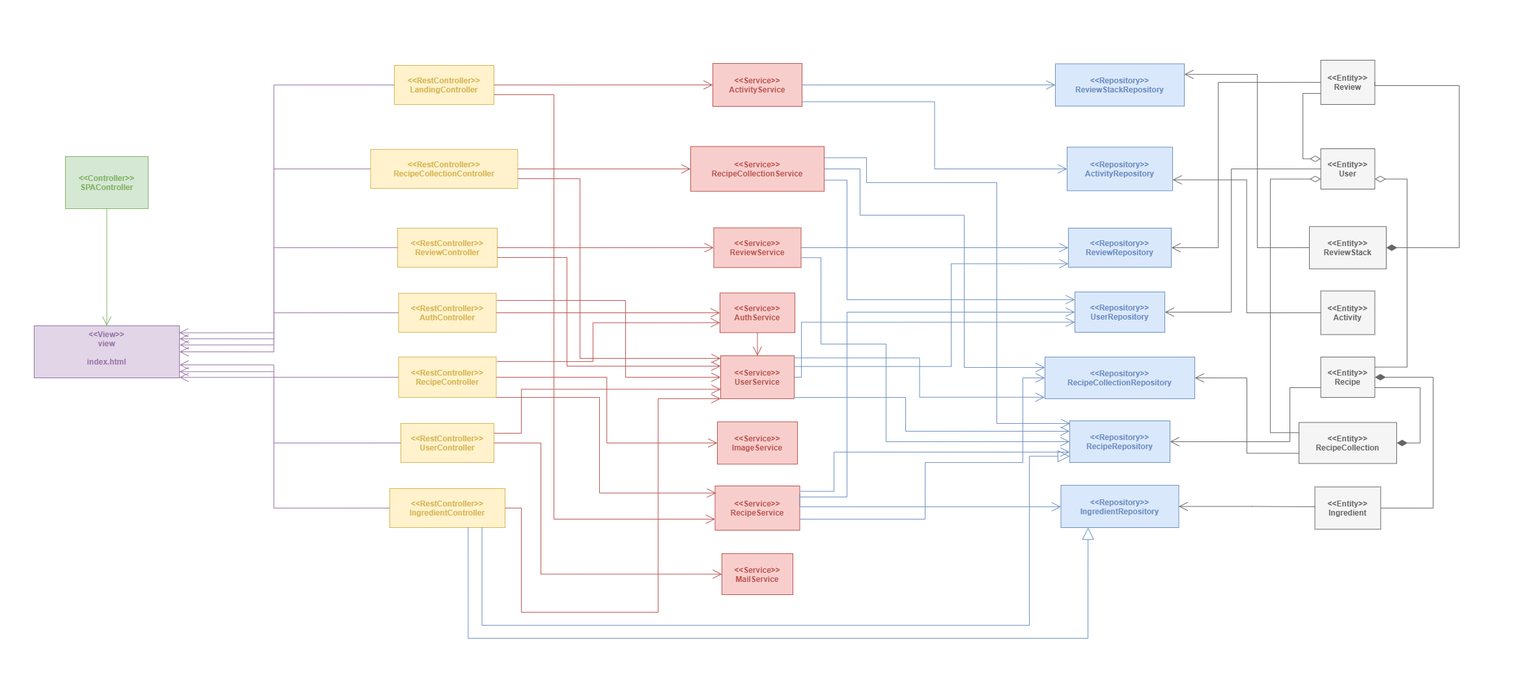
codeurjc-students/2025-Rarecips keeps this draw.io diagram as readme-resources/server_architecture.png. Above is the earlier version. Source tidied: cells renumbered, new cells last; positions are measured from the earlier drawing's top-left corner, leaving out a move shared by most shapes.
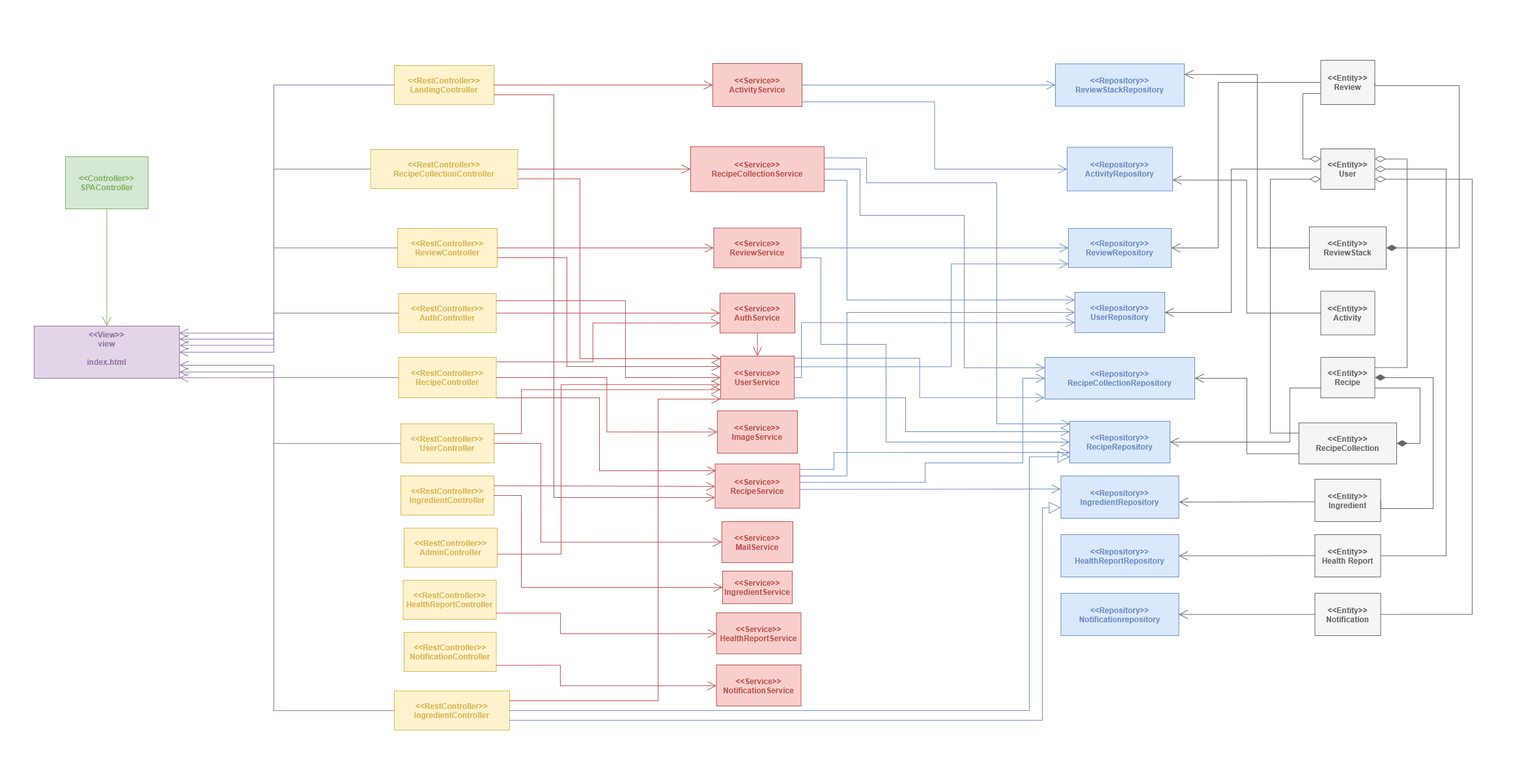
The same file after the commit.

Diff of the diagram source:
```diff
@@ -5,3 +5,3 @@
     <mxCell id="2" style="whiteSpace=wrap;strokeWidth=2;strokeColor=none;" parent="1" vertex="1">
-      <mxGeometry width="2360" height="1040" as="geometry" />
+      <mxGeometry width="2360" height="1170" as="geometry" />
     </mxCell>
@@ -29,3 +29,3 @@
     <mxCell id="10" value="&lt;&lt;RestController&gt;&gt;&#10;IngredientController" style="fontStyle=1;align=center;verticalAlign=middle;horizontal=1;startSize=50;swimlaneLine=0;spacing=0;fontSize=12;fillColor=#fff2cc;strokeColor=#d6b656;fontColor=#D6B656;" parent="1" vertex="1">
-      <mxGeometry x="598" y="750" width="177" height="60" as="geometry" />
+      <mxGeometry x="605" y="1060" width="177" height="60" as="geometry" />
     </mxCell>
@@ -41,3 +41,3 @@
     <mxCell id="14" value="&lt;&lt;Service&gt;&gt;&#10;RecipeService" style="fontStyle=1;align=center;verticalAlign=middle;horizontal=1;startSize=60;swimlaneLine=0;spacing=0;fontSize=12;fillColor=#f8cecc;strokeColor=#b85450;fontColor=#B85450;" parent="1" vertex="1">
-      <mxGeometry x="1097.5" y="746" width="130" height="68" as="geometry" />
+      <mxGeometry x="1097.5" y="711.5" width="130" height="68" as="geometry" />
     </mxCell>
@@ -50,6 +50,6 @@
     <mxCell id="17" value="&lt;&lt;Service&gt;&gt;&#10;MailService" style="fontStyle=1;align=center;verticalAlign=middle;horizontal=1;startSize=60;swimlaneLine=0;spacing=0;fontSize=12;fillColor=#f8cecc;strokeColor=#b85450;fontColor=#B85450;" parent="1" vertex="1">
-      <mxGeometry x="1108" y="850" width="109" height="63" as="geometry" />
+      <mxGeometry x="1108" y="800" width="109" height="63" as="geometry" />
     </mxCell>
     <mxCell id="18" value="&lt;&lt;Service&gt;&gt;&#10;ImageService" style="fontStyle=1;align=center;verticalAlign=middle;horizontal=1;startSize=60;swimlaneLine=0;spacing=0;fontSize=12;fillColor=#f8cecc;strokeColor=#b85450;fontColor=#B85450;" parent="1" vertex="1">
-      <mxGeometry x="1101" y="647.5" width="123" height="65" as="geometry" />
+      <mxGeometry x="1101" y="630" width="123" height="65" as="geometry" />
     </mxCell>
@@ -68,3 +68,3 @@
     <mxCell id="23" value="&lt;&lt;Repository&gt;&gt;&#10;IngredientRepository" style="fontStyle=1;align=center;verticalAlign=middle;horizontal=1;startSize=60;swimlaneLine=0;spacing=0;fontSize=12;fillColor=#dae8fc;strokeColor=#6c8ebf;fontColor=#6C8EBF;" parent="1" vertex="1">
-      <mxGeometry x="1628.5" y="745" width="181" height="65" as="geometry" />
+      <mxGeometry x="1628.5" y="730" width="181" height="65" as="geometry" />
     </mxCell>
@@ -89,3 +89,3 @@
     <mxCell id="30" value="&lt;&lt;Entity&gt;&gt;&#10;Ingredient" style="fontStyle=1;align=center;verticalAlign=middle;horizontal=1;startSize=60;swimlaneLine=0;spacing=0;fontSize=12;strokeColor=#666666;fontFamily=Helvetica;fontColor=light-dark(#666666, #727272);fillColor=#f5f5f5;" parent="1" vertex="1">
-      <mxGeometry x="2018.5" y="747.5" width="101" height="65" as="geometry" />
+      <mxGeometry x="2018.5" y="735" width="101" height="65" as="geometry" />
     </mxCell>
@@ -146,3 +146,3 @@
           <mxPoint x="420" y="579" />
-          <mxPoint x="420" y="780" />
+          <mxPoint x="420" y="1090" />
         </Array>
@@ -166,3 +166,3 @@
     </mxCell>
-    <mxCell id="42" style="startArrow=none;endArrow=open;endSize=12;exitX=1;exitY=0.5;entryX=0;entryY=0.5;rounded=0;edgeStyle=orthogonalEdgeStyle;exitDx=0;exitDy=0;strokeColor=#B85450;" parent="1" edge="1" source="5" target="17">
+    <mxCell id="42" style="startArrow=none;endArrow=open;endSize=12;exitX=1;exitY=0.5;rounded=0;edgeStyle=orthogonalEdgeStyle;exitDx=0;exitDy=0;strokeColor=#B85450;entryX=0;entryY=0.5;entryDx=0;entryDy=0;" parent="1" edge="1" source="5" target="17">
       <mxGeometry relative="1" as="geometry">
@@ -170,3 +170,3 @@
           <mxPoint x="830" y="680" />
-          <mxPoint x="830" y="882" />
+          <mxPoint x="830" y="832" />
         </Array>
@@ -195,3 +195,4 @@
           <mxPoint x="920" y="610" />
-          <mxPoint x="920" y="757" />
+          <mxPoint x="920" y="722" />
+          <mxPoint x="1099" y="722" />
         </Array>
@@ -229,3 +230,4 @@
           <mxPoint x="850" y="145" />
-          <mxPoint x="850" y="797" />
+          <mxPoint x="850" y="763" />
+          <mxPoint x="1098" y="763" />
         </Array>
@@ -233,8 +235,6 @@
     </mxCell>
-    <mxCell id="52" style="startArrow=none;endArrow=open;endSize=12;exitX=1;exitY=0.5;entryX=0;entryY=1;rounded=0;edgeStyle=orthogonalEdgeStyle;exitDx=0;exitDy=0;entryDx=0;entryDy=0;strokeColor=#B85450;" parent="1" edge="1" source="10" target="12">
+    <mxCell id="52" style="startArrow=none;endArrow=open;endSize=12;entryX=0;entryY=1;rounded=0;edgeStyle=orthogonalEdgeStyle;entryDx=0;entryDy=0;strokeColor=#B85450;exitX=1;exitY=0.25;exitDx=0;exitDy=0;" parent="1" edge="1" source="10" target="12">
       <mxGeometry relative="1" as="geometry">
         <Array as="points">
-          <mxPoint x="800" y="780" />
-          <mxPoint x="800" y="940" />
-          <mxPoint x="1010" y="940" />
+          <mxPoint x="1010" y="1075" />
           <mxPoint x="1010" y="612" />
@@ -243,7 +243,7 @@
     </mxCell>
-    <mxCell id="53" style="startArrow=none;endArrow=block;endSize=16;endFill=0;exitX=0.68;exitY=1;entryX=0.23;entryY=1;rounded=0;edgeStyle=orthogonalEdgeStyle;strokeColor=#6C8EBF;" parent="1" edge="1" source="10" target="23">
+    <mxCell id="53" style="startArrow=none;endArrow=block;endSize=16;endFill=0;exitX=1;exitY=0.75;entryX=0;entryY=0.75;rounded=0;edgeStyle=orthogonalEdgeStyle;strokeColor=#6C8EBF;exitDx=0;exitDy=0;entryDx=0;entryDy=0;" parent="1" edge="1" source="10" target="23">
       <mxGeometry relative="1" as="geometry">
         <Array as="points">
-          <mxPoint x="718" y="980" />
-          <mxPoint x="1670" y="980" />
+          <mxPoint x="1600" y="1105" />
+          <mxPoint x="1600" y="779" />
         </Array>
@@ -251,7 +251,6 @@
     </mxCell>
-    <mxCell id="54" style="startArrow=none;endArrow=block;endSize=16;endFill=0;exitX=0.8;exitY=1;entryX=0;entryY=0.85;rounded=0;edgeStyle=orthogonalEdgeStyle;strokeColor=#6C8EBF;" parent="1" edge="1" source="10" target="21">
+    <mxCell id="54" style="startArrow=none;endArrow=block;endSize=16;endFill=0;exitX=1;exitY=0.5;entryX=0;entryY=0.85;rounded=0;edgeStyle=orthogonalEdgeStyle;strokeColor=#6C8EBF;exitDx=0;exitDy=0;" parent="1" edge="1" source="10" target="21">
       <mxGeometry relative="1" as="geometry">
         <Array as="points">
-          <mxPoint x="740" y="960" />
-          <mxPoint x="1580" y="960" />
+          <mxPoint x="1580" y="1090" />
           <mxPoint x="1580" y="700" />
@@ -320,3 +319,3 @@
         <Array as="points">
-          <mxPoint x="1280" y="754" />
+          <mxPoint x="1280" y="720" />
           <mxPoint x="1280" y="694" />
@@ -328,3 +327,4 @@
         <Array as="points">
-          <mxPoint x="1300" y="763" />
+          <mxPoint x="1228" y="730" />
+          <mxPoint x="1300" y="730" />
           <mxPoint x="1300" y="479" />
@@ -333,7 +333,8 @@
     </mxCell>
-    <mxCell id="65" style="startArrow=none;endArrow=open;endSize=12;exitX=1;exitY=0.17;entryX=0;entryY=0.5;rounded=0;edgeStyle=orthogonalEdgeStyle;entryDx=0;entryDy=0;strokeColor=#6C8EBF;" parent="1" edge="1" source="14" target="23">
+    <mxCell id="65" style="startArrow=none;endArrow=open;endSize=12;exitX=1.002;exitY=0.868;entryX=-0.001;entryY=0.612;rounded=0;edgeStyle=orthogonalEdgeStyle;entryDx=0;entryDy=0;strokeColor=#6C8EBF;exitDx=0;exitDy=0;entryPerimeter=0;exitPerimeter=0;" parent="1" edge="1">
       <mxGeometry relative="1" as="geometry">
+        <mxPoint x="1227.5" y="750.7" as="sourcePoint" />
+        <mxPoint x="1628.1" y="750" as="targetPoint" />
         <Array as="points">
-          <mxPoint x="1227" y="778" />
-          <mxPoint x="1629" y="778" />
+          <mxPoint x="1249.7" y="750.2" />
         </Array>
@@ -341,6 +342,6 @@
     </mxCell>
-    <mxCell id="66" style="startArrow=none;endArrow=open;endSize=12;exitX=1;exitY=0.75;entryX=0;entryY=0.5;rounded=0;edgeStyle=orthogonalEdgeStyle;exitDx=0;exitDy=0;strokeColor=#6C8EBF;" parent="1" edge="1" source="14" target="22">
+    <mxCell id="66" style="startArrow=none;endArrow=open;endSize=12;exitX=1.002;exitY=0.415;entryX=0;entryY=0.5;rounded=0;edgeStyle=orthogonalEdgeStyle;exitDx=0;exitDy=0;strokeColor=#6C8EBF;exitPerimeter=0;" parent="1" edge="1" source="14" target="22">
       <mxGeometry relative="1" as="geometry">
         <Array as="points">
-          <mxPoint x="1420" y="797" />
+          <mxPoint x="1420" y="740" />
           <mxPoint x="1420" y="710" />
@@ -414,8 +415,7 @@
     </mxCell>
-    <mxCell id="76" style="startArrow=open;endArrow=none;endSize=12;exitX=1;exitY=0.5;rounded=0;edgeStyle=orthogonalEdgeStyle;endFill=0;startFill=0;startSize=12;strokeColor=#666666;" parent="1" edge="1" source="23">
+    <mxCell id="76" style="startArrow=open;endArrow=none;endSize=12;rounded=0;edgeStyle=orthogonalEdgeStyle;endFill=0;startFill=0;startSize=12;strokeColor=#666666;entryX=-0.001;entryY=0.532;entryDx=0;entryDy=0;entryPerimeter=0;" parent="1" edge="1" target="30">
       <mxGeometry relative="1" as="geometry">
-        <mxPoint x="2019" y="778" as="targetPoint" />
+        <mxPoint x="1810" y="770" as="sourcePoint" />
         <Array as="points">
-          <mxPoint x="1922" y="778" />
-          <mxPoint x="2019" y="778" />
+          <mxPoint x="2018" y="770" />
         </Array>
@@ -434,6 +434,6 @@
     </mxCell>
-    <mxCell id="79" style="startArrow=diamondThin;startSize=14;startFill=0;endArrow=none;exitX=1;exitY=0.75;entryX=1;entryY=0.25;rounded=0;edgeStyle=orthogonalEdgeStyle;exitDx=0;exitDy=0;entryDx=0;entryDy=0;strokeColor=#666666;" parent="1" edge="1" source="26" target="28">
+    <mxCell id="79" style="startArrow=diamondThin;startSize=14;startFill=0;endArrow=none;exitX=1;exitY=0.25;entryX=1;entryY=0.25;rounded=0;edgeStyle=orthogonalEdgeStyle;exitDx=0;exitDy=0;entryDx=0;entryDy=0;strokeColor=#666666;" parent="1" edge="1" source="26" target="28">
       <mxGeometry relative="1" as="geometry">
         <Array as="points">
-          <mxPoint x="2160" y="275" />
+          <mxPoint x="2160" y="244" />
           <mxPoint x="2160" y="564" />
@@ -495,2 +495,100 @@
     </mxCell>
+    <mxCell id="87" value="&lt;&lt;Service&gt;&gt;&#10;HealthReportService" style="fontStyle=1;align=center;verticalAlign=middle;horizontal=1;startSize=60;swimlaneLine=0;spacing=0;fontSize=12;fillColor=#f8cecc;strokeColor=#b85450;fontColor=#B85450;" parent="1" vertex="1">
+      <mxGeometry x="1099.5" y="940" width="130" height="63" as="geometry" />
+    </mxCell>
+    <mxCell id="88" value="&lt;&lt;Service&gt;&gt;&#10;NotificationService" style="fontStyle=1;align=center;verticalAlign=middle;horizontal=1;startSize=60;swimlaneLine=0;spacing=0;fontSize=12;fillColor=#f8cecc;strokeColor=#b85450;fontColor=#B85450;" parent="1" vertex="1">
+      <mxGeometry x="1099.5" y="1020" width="130" height="63" as="geometry" />
+    </mxCell>
+    <mxCell id="89" value="&lt;&lt;RestController&gt;&gt;&#10;HealthReportController" style="fontStyle=1;align=center;verticalAlign=middle;horizontal=1;startSize=50;swimlaneLine=0;spacing=0;fontSize=12;fillColor=#fff2cc;strokeColor=#d6b656;fontColor=#D6B656;" parent="1" vertex="1">
+      <mxGeometry x="618.5" y="890" width="143" height="60" as="geometry" />
+    </mxCell>
+    <mxCell id="90" value="&lt;&lt;RestController&gt;&gt;&#10;NotificationController" style="fontStyle=1;align=center;verticalAlign=middle;horizontal=1;startSize=50;swimlaneLine=0;spacing=0;fontSize=12;fillColor=#fff2cc;strokeColor=#d6b656;fontColor=#D6B656;" parent="1" vertex="1">
+      <mxGeometry x="620" y="970" width="141.5" height="60" as="geometry" />
+    </mxCell>
+    <mxCell id="91" value="&lt;&lt;RestController&gt;&gt;&#10;AdminController" style="fontStyle=1;align=center;verticalAlign=middle;horizontal=1;startSize=50;swimlaneLine=0;spacing=0;fontSize=12;fillColor=#fff2cc;strokeColor=#d6b656;fontColor=#D6B656;" parent="1" vertex="1">
+      <mxGeometry x="620" y="810" width="143" height="60" as="geometry" />
+    </mxCell>
+    <mxCell id="92" value="&lt;&lt;RestController&gt;&gt;&#10;IngredientController" style="fontStyle=1;align=center;verticalAlign=middle;horizontal=1;startSize=50;swimlaneLine=0;spacing=0;fontSize=12;fillColor=#fff2cc;strokeColor=#d6b656;fontColor=#D6B656;" parent="1" vertex="1">
+      <mxGeometry x="615" y="730" width="143" height="60" as="geometry" />
+    </mxCell>
+    <mxCell id="93" value="&lt;&lt;Service&gt;&gt;&#10;IngredientService" style="fontStyle=1;align=center;verticalAlign=middle;horizontal=1;startSize=60;swimlaneLine=0;spacing=0;fontSize=12;fillColor=#f8cecc;strokeColor=#b85450;fontColor=#B85450;" parent="1" vertex="1">
+      <mxGeometry x="1109" y="876" width="107" height="50" as="geometry" />
+    </mxCell>
+    <mxCell id="94" value="&lt;&lt;Entity&gt;&gt;&#10;Health Report" style="fontStyle=1;align=center;verticalAlign=middle;horizontal=1;startSize=60;swimlaneLine=0;spacing=0;fontSize=12;strokeColor=#666666;fontFamily=Helvetica;fontColor=light-dark(#666666, #727272);fillColor=#f5f5f5;" parent="1" vertex="1">
+      <mxGeometry x="2018.5" y="820" width="101" height="65" as="geometry" />
+    </mxCell>
+    <mxCell id="95" value="&lt;&lt;Entity&gt;&gt;&#10;Notification" style="fontStyle=1;align=center;verticalAlign=middle;horizontal=1;startSize=60;swimlaneLine=0;spacing=0;fontSize=12;strokeColor=#666666;fontFamily=Helvetica;fontColor=light-dark(#666666, #727272);fillColor=#f5f5f5;" parent="1" vertex="1">
+      <mxGeometry x="2018.5" y="910" width="101" height="65" as="geometry" />
+    </mxCell>
+    <mxCell id="96" style="startArrow=none;endArrow=open;endSize=12;exitX=1;exitY=0.5;rounded=0;edgeStyle=orthogonalEdgeStyle;exitDx=0;exitDy=0;strokeColor=#B85450;entryX=0;entryY=0.5;entryDx=0;entryDy=0;" parent="1" edge="1" source="92" target="93">
+      <mxGeometry relative="1" as="geometry">
+        <Array as="points">
+          <mxPoint x="800" y="760" />
+          <mxPoint x="800" y="901" />
+        </Array>
+      </mxGeometry>
+    </mxCell>
+    <mxCell id="97" style="startArrow=none;endArrow=open;endSize=12;exitX=1;exitY=0.25;rounded=0;edgeStyle=orthogonalEdgeStyle;exitDx=0;exitDy=0;strokeColor=#B85450;entryX=0;entryY=0.5;entryDx=0;entryDy=0;" parent="1" edge="1" source="92" target="14">
+      <mxGeometry relative="1" as="geometry">
+        <Array as="points">
+          <mxPoint x="758" y="746" />
+          <mxPoint x="1098" y="746" />
+        </Array>
+      </mxGeometry>
+    </mxCell>
+    <mxCell id="98" style="startArrow=none;endArrow=open;endSize=12;rounded=0;edgeStyle=orthogonalEdgeStyle;strokeColor=#B85450;entryX=0;entryY=0.5;entryDx=0;entryDy=0;exitX=1.001;exitY=0.84;exitDx=0;exitDy=0;exitPerimeter=0;" parent="1" edge="1" source="89" target="87">
+      <mxGeometry relative="1" as="geometry">
+        <Array as="points">
+          <mxPoint x="860" y="940" />
+          <mxPoint x="860" y="972" />
+          <mxPoint x="1099" y="972" />
+        </Array>
+      </mxGeometry>
+    </mxCell>
+    <mxCell id="99" style="startArrow=none;endArrow=open;endSize=12;rounded=0;edgeStyle=orthogonalEdgeStyle;strokeColor=#B85450;entryX=0;entryY=0.5;entryDx=0;entryDy=0;exitX=0.999;exitY=0.844;exitDx=0;exitDy=0;exitPerimeter=0;" parent="1" edge="1" source="90" target="88">
+      <mxGeometry relative="1" as="geometry">
+        <Array as="points">
+          <mxPoint x="860" y="1021" />
+          <mxPoint x="860" y="1052" />
+          <mxPoint x="1100" y="1052" />
+        </Array>
+      </mxGeometry>
+    </mxCell>
+    <mxCell id="100" style="startArrow=none;endArrow=open;endSize=12;rounded=0;edgeStyle=orthogonalEdgeStyle;strokeColor=#B85450;entryX=-0.003;entryY=0.665;entryDx=0;entryDy=0;entryPerimeter=0;" parent="1" edge="1" target="12">
+      <mxGeometry relative="1" as="geometry">
+        <mxPoint x="763" y="850" as="sourcePoint" />
+        <Array as="points">
+          <mxPoint x="861" y="850" />
+          <mxPoint x="861" y="590" />
+        </Array>
+      </mxGeometry>
+    </mxCell>
+    <mxCell id="101" value="&lt;&lt;Repository&gt;&gt;&#10;HealthReportRepository" style="fontStyle=1;align=center;verticalAlign=middle;horizontal=1;startSize=60;swimlaneLine=0;spacing=0;fontSize=12;fillColor=#dae8fc;strokeColor=#6c8ebf;fontColor=#6C8EBF;" parent="1" vertex="1">
+      <mxGeometry x="1628.5" y="820" width="181" height="65" as="geometry" />
+    </mxCell>
+    <mxCell id="102" value="&lt;&lt;Repository&gt;&gt;&#10;Notificationrepository" style="fontStyle=1;align=center;verticalAlign=middle;horizontal=1;startSize=60;swimlaneLine=0;spacing=0;fontSize=12;fillColor=#dae8fc;strokeColor=#6c8ebf;fontColor=#6C8EBF;" parent="1" vertex="1">
+      <mxGeometry x="1628.5" y="910" width="181" height="65" as="geometry" />
+    </mxCell>
+    <mxCell id="103" style="startArrow=open;endArrow=none;endSize=12;rounded=0;edgeStyle=orthogonalEdgeStyle;endFill=0;startFill=0;startSize=12;strokeColor=#666666;entryX=0.015;entryY=0.496;entryDx=0;entryDy=0;entryPerimeter=0;exitX=1;exitY=0.5;exitDx=0;exitDy=0;" parent="1" edge="1" source="101" target="94">
+      <mxGeometry relative="1" as="geometry" />
+    </mxCell>
+    <mxCell id="104" style="startArrow=open;endArrow=none;endSize=12;rounded=0;edgeStyle=orthogonalEdgeStyle;endFill=0;startFill=0;startSize=12;strokeColor=#666666;entryX=0;entryY=0.5;entryDx=0;entryDy=0;" parent="1" edge="1" source="102" target="95">
+      <mxGeometry relative="1" as="geometry" />
+    </mxCell>
+    <mxCell id="105" style="startArrow=diamondThin;startSize=14;startFill=0;endArrow=none;exitX=1;exitY=0.5;entryX=1;entryY=0.5;rounded=0;edgeStyle=orthogonalEdgeStyle;exitDx=0;exitDy=0;entryDx=0;entryDy=0;strokeColor=#666666;" parent="1" edge="1" source="26" target="94">
+      <mxGeometry relative="1" as="geometry">
+        <Array as="points">
+          <mxPoint x="2220" y="259" />
+          <mxPoint x="2220" y="853" />
+        </Array>
+      </mxGeometry>
+    </mxCell>
+    <mxCell id="106" style="startArrow=diamondThin;startSize=14;startFill=0;endArrow=none;exitX=1;exitY=0.75;entryX=1;entryY=0.5;rounded=0;edgeStyle=orthogonalEdgeStyle;exitDx=0;exitDy=0;entryDx=0;entryDy=0;strokeColor=#666666;" parent="1" edge="1" source="26" target="95">
+      <mxGeometry relative="1" as="geometry">
+        <Array as="points">
+          <mxPoint x="2260" y="275" />
+          <mxPoint x="2260" y="943" />
+        </Array>
+      </mxGeometry>
+    </mxCell>
   </root>
```
